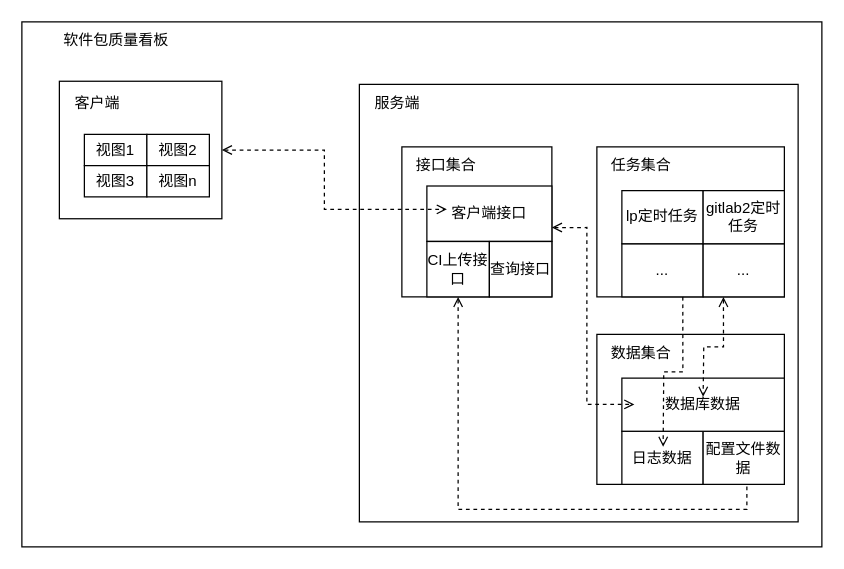
Before: 软件包质量看板.drawio in weijiang1994/draw-io, a draw.io diagram. Source tidied: cells renumbered, new cells numbered last; positions are measured from the earlier drawing's top-left corner, leaving out a move shared by most shapes. Both pictures are drawn from the tidied source at 125%, with x=0, y=0 at pixel (21, 21).
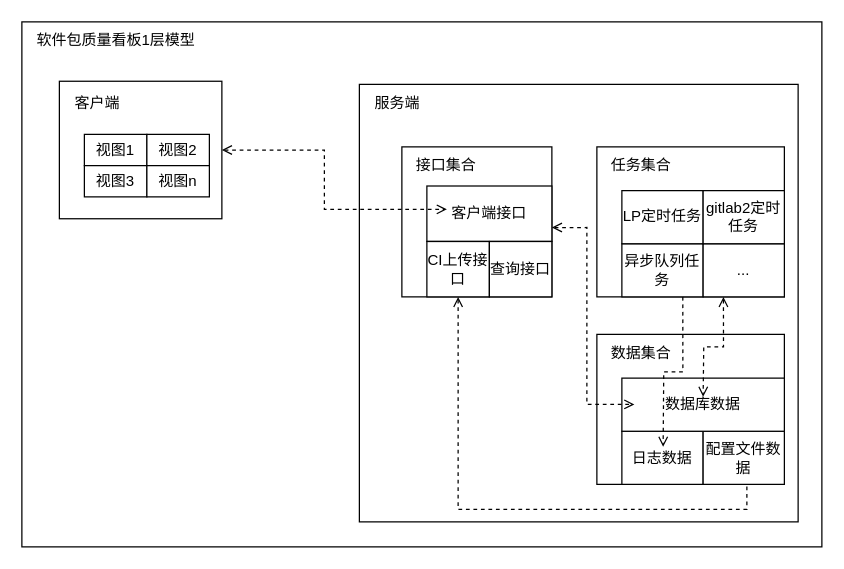
The same page after the edit.

Commit message (it also covers changes not shown here):
更新软件包质量看板.drawio

The change refers to these unchanged cells:
```xml
<mxCell id="2" style="group;" parent="1" vertex="1">
  <mxGeometry width="640" height="420" as="geometry" />
</mxCell>
<mxCell id="12" style="group;" parent="2" vertex="1">
  <mxGeometry x="460" y="100" width="150" height="120" as="geometry" />
</mxCell>
```

Diff of the diagram source:
```diff
@@
-    <mxCell id="14" value="..." style="rounded=0;whiteSpace=wrap;html=1;" parent="12" vertex="1">
+    <mxCell id="14" value="异步队列任务" style="rounded=0;whiteSpace=wrap;html=1;" parent="12" vertex="1">
       <mxGeometry x="20" y="77.5" width="65" height="42.5" as="geometry" />
     </mxCell>
@@
-    <mxCell id="16" value="lp定时任务" style="rounded=0;whiteSpace=wrap;html=1;" parent="12" vertex="1">
+    <mxCell id="16" value="LP定时任务" style="rounded=0;whiteSpace=wrap;html=1;" parent="12" vertex="1">
       <mxGeometry x="20" y="35" width="65" height="42.5" as="geometry" />
     </mxCell>
@@
-    <mxCell id="36" value="软件包质量看板" style="text;html=1;align=center;verticalAlign=middle;strokeColor=none;fillColor=none;" parent="2" vertex="1">
-      <mxGeometry x="20" width="110" height="30" as="geometry" />
+    <mxCell id="36" value="软件包质量看板1层模型" style="text;html=1;align=center;verticalAlign=middle;strokeColor=none;fillColor=none;" parent="2" vertex="1">
+      <mxGeometry width="150" height="30" as="geometry" />
     </mxCell>
```
